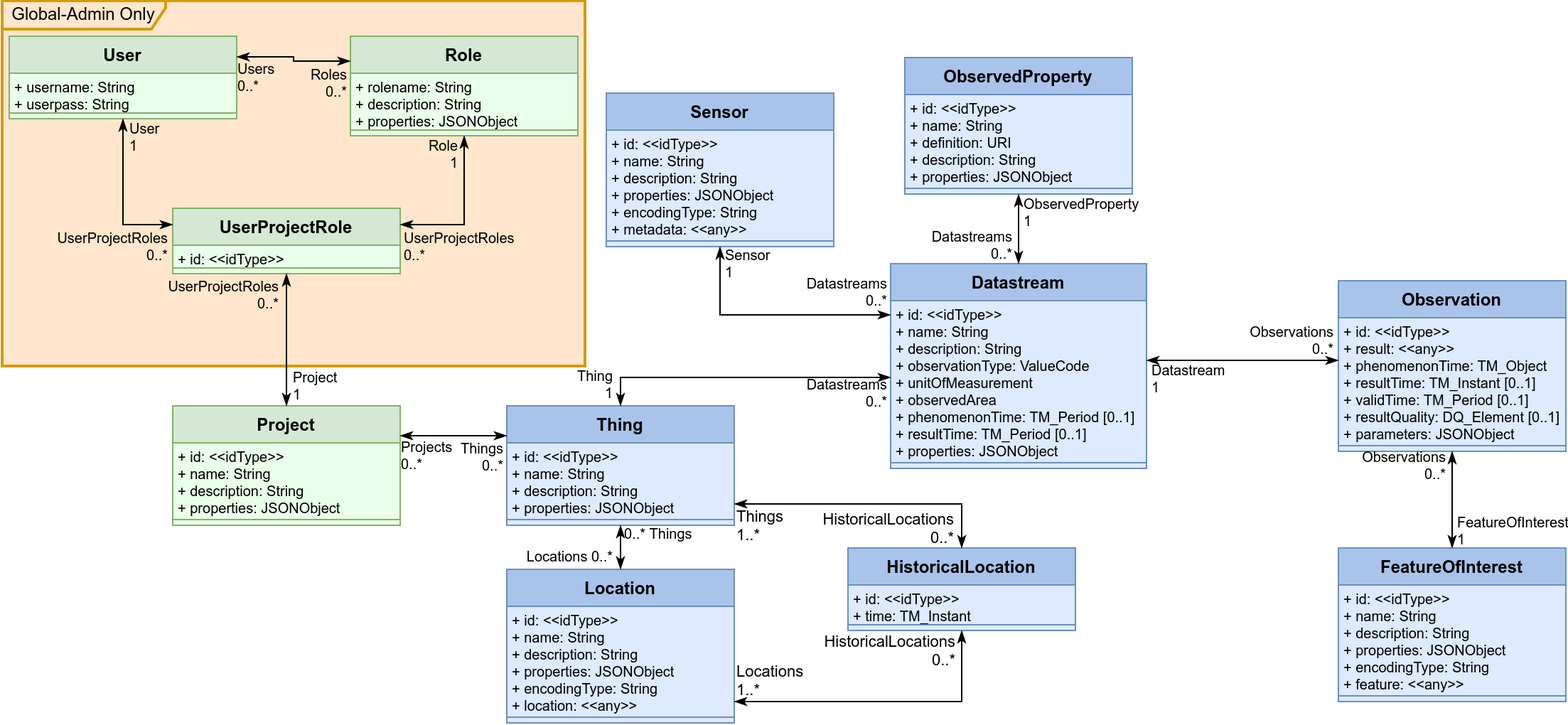
hylkevds/FROST-Server.Plugin.SecurityTest keeps this draw.io diagram as Datamodel-SensorThingsApi-SecurityTest.drawio.png. Above is the earlier version. Source tidied: cells renumbered, new cells last; positions are measured from the earlier drawing's top-left corner, leaving out a move shared by most shapes.
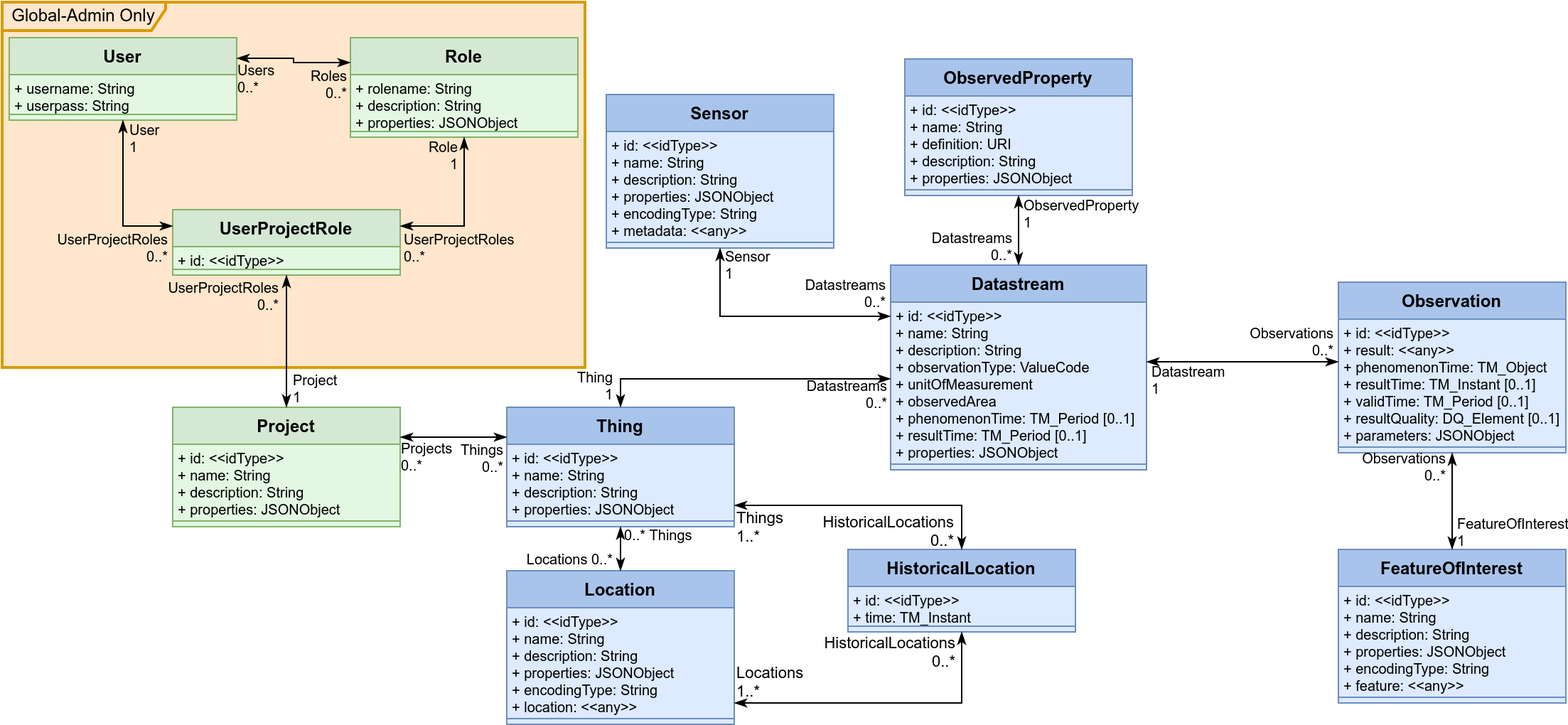
After the commit.

The edit, as a diff of the source:
```diff
@@ -290,7 +290,7 @@
         <mxPoint x="-3" y="25" as="offset" />
       </mxGeometry>
     </mxCell>
-    <mxCell id="88" value="UserProjectRole" style="swimlane;fontStyle=1;align=center;verticalAlign=top;horizontal=1;startSize=26;fillColor=#d5e8d4;strokeColor=#82b366;swimlaneFillColor=#EAFFE9;" parent="1" vertex="1">
+    <mxCell id="88" value="UserProjectRole" style="swimlane;fontStyle=1;align=center;verticalAlign=top;horizontal=1;startSize=26;fillColor=#d5e8d4;strokeColor=#82b366;swimlaneFillColor=#E3F7E2;" parent="1" vertex="1">
       <mxGeometry x="120" y="146" width="160" height="46" as="geometry" />
     </mxCell>
     <mxCell id="89" value="+ id: &lt;&lt;idType&gt;&gt;" style="text;strokeColor=none;fillColor=none;align=left;verticalAlign=top;spacingLeft=4;spacingRight=4;overflow=hidden;fontSize=10;spacing=0;" parent="88" vertex="1">
@@ -299,7 +299,7 @@
     <mxCell id="90" style="line;strokeWidth=1;fillColor=#d5e8d4;align=left;verticalAlign=middle;spacingTop=-1;spacingLeft=3;spacingRight=3;labelPosition=right;strokeColor=#82b366;" parent="88" vertex="1">
       <mxGeometry y="38" width="160" height="8" as="geometry" />
     </mxCell>
-    <mxCell id="91" value="User" style="swimlane;fontStyle=1;align=center;verticalAlign=top;horizontal=1;startSize=26;fillColor=#d5e8d4;strokeColor=#82b366;swimlaneFillColor=#EAFFE9;" parent="1" vertex="1">
+    <mxCell id="91" value="User" style="swimlane;fontStyle=1;align=center;verticalAlign=top;horizontal=1;startSize=26;fillColor=#d5e8d4;strokeColor=#82b366;swimlaneFillColor=#E3F7E2;" parent="1" vertex="1">
       <mxGeometry x="5" y="25" width="160" height="58" as="geometry" />
     </mxCell>
     <mxCell id="92" value="+ username: String" style="text;strokeColor=none;fillColor=none;align=left;verticalAlign=top;spacingLeft=4;spacingRight=4;overflow=hidden;fontSize=10;spacing=0;" parent="91" vertex="1">
@@ -311,7 +311,7 @@
     <mxCell id="94" style="line;strokeWidth=1;fillColor=#d5e8d4;align=left;verticalAlign=middle;spacingTop=-1;spacingLeft=3;spacingRight=3;labelPosition=right;strokeColor=#82b366;" parent="91" vertex="1">
       <mxGeometry y="50" width="160" height="8" as="geometry" />
     </mxCell>
-    <mxCell id="95" value="Project" style="swimlane;fontStyle=1;align=center;verticalAlign=top;horizontal=1;startSize=26;fillColor=#d5e8d4;strokeColor=#82b366;swimlaneFillColor=#EAFFE9;" parent="1" vertex="1">
+    <mxCell id="95" value="Project" style="swimlane;fontStyle=1;align=center;verticalAlign=top;horizontal=1;startSize=26;fillColor=#d5e8d4;strokeColor=#82b366;swimlaneFillColor=#E3F7E2;" parent="1" vertex="1">
       <mxGeometry x="120" y="285" width="160" height="84" as="geometry" />
     </mxCell>
     <mxCell id="96" value="+ id: &lt;&lt;idType&gt;&gt;" style="text;strokeColor=none;fillColor=none;align=left;verticalAlign=top;spacingLeft=4;spacingRight=4;overflow=hidden;fontSize=10;spacing=0;" parent="95" vertex="1">
@@ -329,7 +329,7 @@
     <mxCell id="100" style="line;strokeWidth=1;fillColor=#d5e8d4;align=left;verticalAlign=middle;spacingTop=-1;spacingLeft=3;spacingRight=3;labelPosition=right;strokeColor=#82b366;" parent="95" vertex="1">
       <mxGeometry y="76" width="160" height="8" as="geometry" />
     </mxCell>
-    <mxCell id="101" value="Role" style="swimlane;fontStyle=1;align=center;verticalAlign=top;horizontal=1;startSize=26;fillColor=#d5e8d4;strokeColor=#82b366;swimlaneFillColor=#EAFFE9;" parent="1" vertex="1">
+    <mxCell id="101" value="Role" style="swimlane;fontStyle=1;align=center;verticalAlign=top;horizontal=1;startSize=26;fillColor=#d5e8d4;strokeColor=#82b366;swimlaneFillColor=#E3F7E2;" parent="1" vertex="1">
       <mxGeometry x="245" y="25" width="160" height="70" as="geometry" />
     </mxCell>
     <mxCell id="102" value="+ rolename: String" style="text;strokeColor=none;fillColor=none;align=left;verticalAlign=top;spacingLeft=4;spacingRight=4;overflow=hidden;fontSize=10;spacing=0;" parent="101" vertex="1">
```
